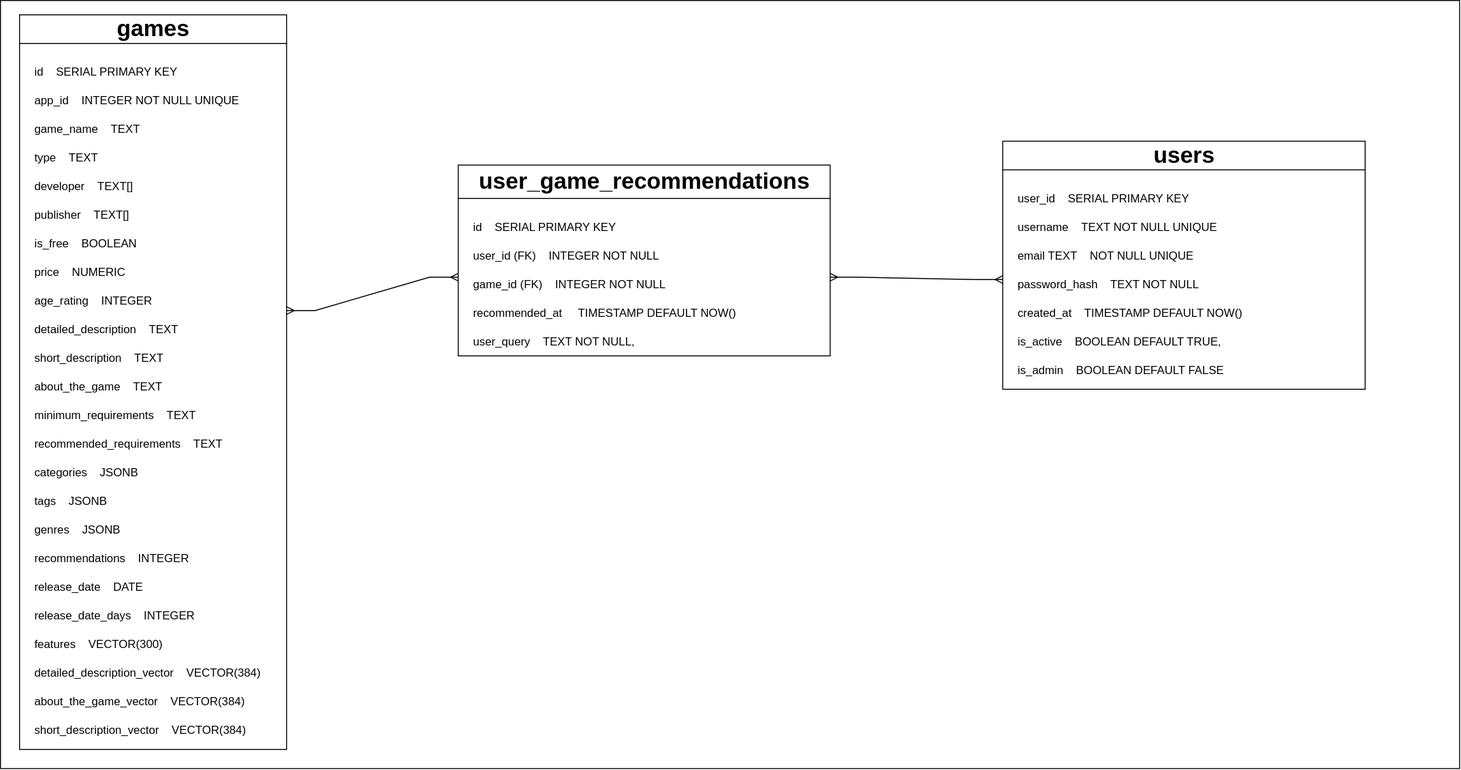
This is Scripts/Database/Schemat Bazy Danych.svg from Unsimpable2/GameRecommendation, a draw.io export, as it was before one commit. Source tidied: cells renumbered, new cells last; positions are measured from the earlier drawing's top-left corner, leaving out a move shared by most shapes.
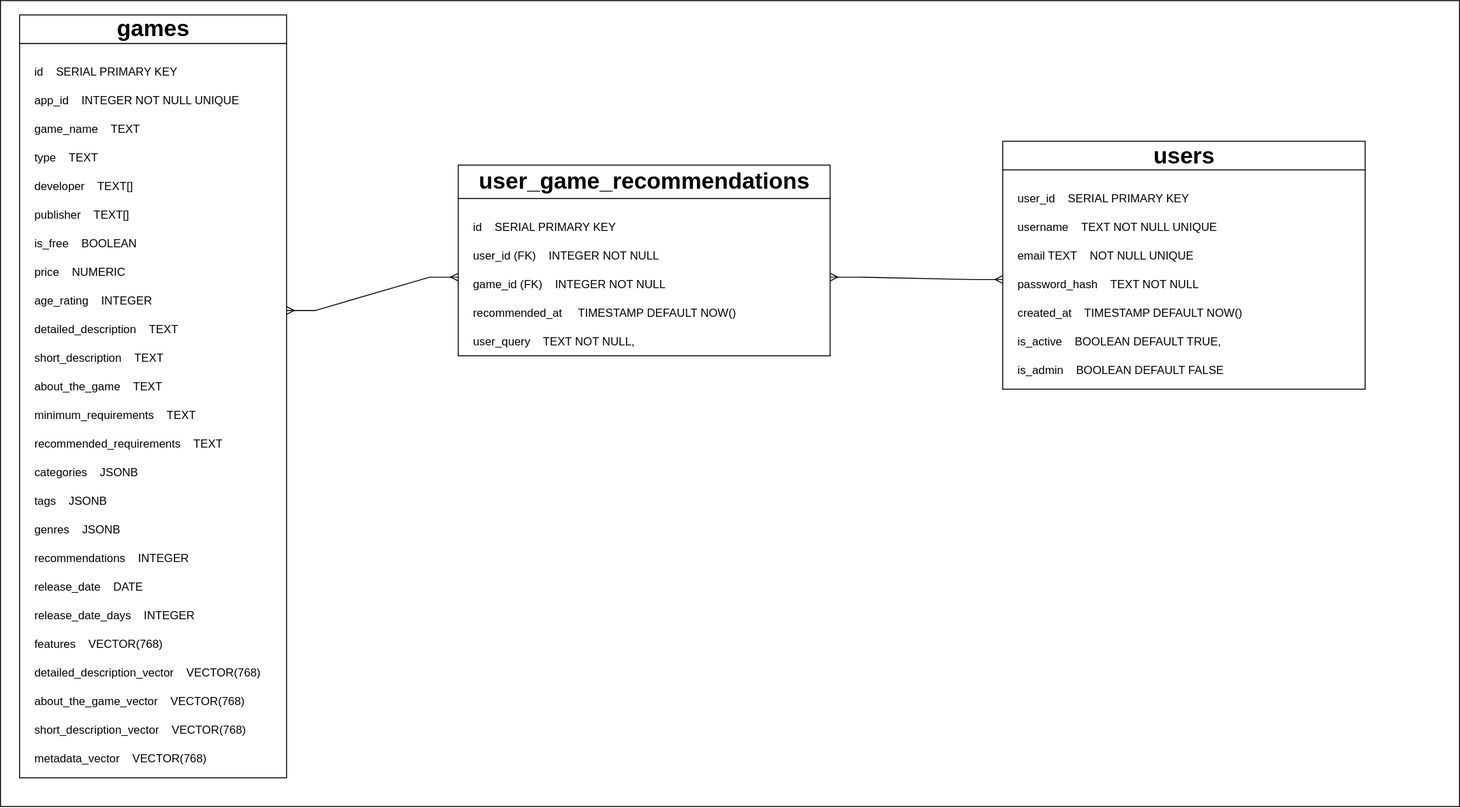
The same file after the commit.

What changed in the source:
```diff
@@ -3,7 +3,7 @@
     <mxCell id="0" />
     <mxCell id="1" parent="0" />
     <mxCell id="2" style="rounded=0;whiteSpace=wrap;html=1;" parent="1" vertex="1">
-      <mxGeometry width="1530" height="805" as="geometry" />
+      <mxGeometry width="1530" height="845" as="geometry" />
     </mxCell>
     <mxCell id="3" style="rounded=0;whiteSpace=wrap;html=1;" parent="1" vertex="1">
       <mxGeometry x="480" y="207.5" width="390" height="165" as="geometry" />
@@ -18,7 +18,7 @@
       <mxGeometry x="20" y="15" width="280" height="30" as="geometry" />
     </mxCell>
     <mxCell id="7" style="rounded=0;whiteSpace=wrap;html=1;" parent="1" vertex="1">
-      <mxGeometry x="20" y="45" width="280" height="740" as="geometry" />
+      <mxGeometry x="20" y="45" width="280" height="770" as="geometry" />
     </mxCell>
     <mxCell id="8" value="id&amp;nbsp; &amp;nbsp;&amp;nbsp;SERIAL PRIMARY KEY" style="text;strokeColor=none;fillColor=none;align=left;verticalAlign=middle;spacingLeft=4;spacingRight=4;overflow=hidden;whiteSpace=wrap;html=1;" parent="1" vertex="1">
       <mxGeometry x="30" y="60" width="320" height="30" as="geometry" />
@@ -134,17 +134,20 @@
     <mxCell id="45" value="release_date_days&amp;nbsp; &amp;nbsp; INTEGER" style="text;strokeColor=none;fillColor=none;align=left;verticalAlign=middle;spacingLeft=4;spacingRight=4;overflow=hidden;whiteSpace=wrap;html=1;" parent="1" vertex="1">
       <mxGeometry x="30" y="630" width="320" height="30" as="geometry" />
     </mxCell>
-    <mxCell id="46" value="features&amp;nbsp; &amp;nbsp; VECTOR(300)" style="text;strokeColor=none;fillColor=none;align=left;verticalAlign=middle;spacingLeft=4;spacingRight=4;overflow=hidden;whiteSpace=wrap;html=1;" parent="1" vertex="1">
+    <mxCell id="46" value="features&amp;nbsp; &amp;nbsp; VECTOR(768)" style="text;strokeColor=none;fillColor=none;align=left;verticalAlign=middle;spacingLeft=4;spacingRight=4;overflow=hidden;whiteSpace=wrap;html=1;" parent="1" vertex="1">
       <mxGeometry x="30" y="660" width="320" height="30" as="geometry" />
     </mxCell>
-    <mxCell id="47" value="detailed_description_vector&amp;nbsp; &amp;nbsp; VECTOR(384)" style="text;strokeColor=none;fillColor=none;align=left;verticalAlign=middle;spacingLeft=4;spacingRight=4;overflow=hidden;whiteSpace=wrap;html=1;" parent="1" vertex="1">
+    <mxCell id="47" value="detailed_description_vector&amp;nbsp; &amp;nbsp; VECTOR(768)" style="text;strokeColor=none;fillColor=none;align=left;verticalAlign=middle;spacingLeft=4;spacingRight=4;overflow=hidden;whiteSpace=wrap;html=1;" parent="1" vertex="1">
       <mxGeometry x="30" y="690" width="320" height="30" as="geometry" />
     </mxCell>
-    <mxCell id="48" value="about_the_game_vector&amp;nbsp; &amp;nbsp; VECTOR(384)" style="text;strokeColor=none;fillColor=none;align=left;verticalAlign=middle;spacingLeft=4;spacingRight=4;overflow=hidden;whiteSpace=wrap;html=1;" parent="1" vertex="1">
+    <mxCell id="48" value="about_the_game_vector&amp;nbsp; &amp;nbsp; VECTOR(768)" style="text;strokeColor=none;fillColor=none;align=left;verticalAlign=middle;spacingLeft=4;spacingRight=4;overflow=hidden;whiteSpace=wrap;html=1;" parent="1" vertex="1">
       <mxGeometry x="30" y="720" width="320" height="30" as="geometry" />
     </mxCell>
-    <mxCell id="49" value="short_description_vector&amp;nbsp; &amp;nbsp; VECTOR(384)" style="text;strokeColor=none;fillColor=none;align=left;verticalAlign=middle;spacingLeft=4;spacingRight=4;overflow=hidden;whiteSpace=wrap;html=1;" parent="1" vertex="1">
+    <mxCell id="49" value="short_description_vector&amp;nbsp; &amp;nbsp; VECTOR(768)" style="text;strokeColor=none;fillColor=none;align=left;verticalAlign=middle;spacingLeft=4;spacingRight=4;overflow=hidden;whiteSpace=wrap;html=1;" parent="1" vertex="1">
       <mxGeometry x="30" y="750" width="320" height="30" as="geometry" />
     </mxCell>
+    <mxCell id="50" value="metadata_vector&amp;nbsp; &amp;nbsp; VECTOR(768)" style="text;strokeColor=none;fillColor=none;align=left;verticalAlign=middle;spacingLeft=4;spacingRight=4;overflow=hidden;whiteSpace=wrap;html=1;" parent="1" vertex="1">
+      <mxGeometry x="30" y="780" width="320" height="30" as="geometry" />
+    </mxCell>
   </root>
 </mxGraphModel>
```
